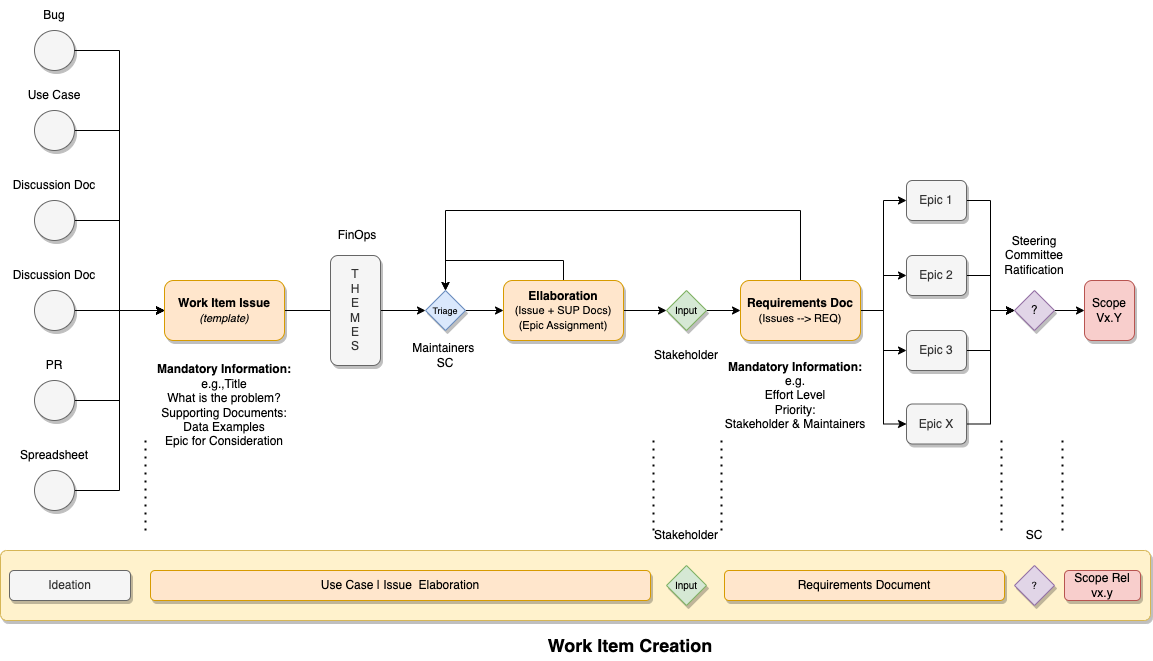
Above: images/FOCUS-Process-work-item-creation-4.drawio.png in FinOps-Open-Cost-and-Usage-Spec/foundation (draw.io), before the change. Source tidied: cells renumbered, new cells last; positions are measured from the earlier drawing's top-left corner, leaving out a move shared by most shapes. The source it was exported from:
```xml
<mxGraphModel>
  <root>
    <mxCell id="0" />
    <mxCell id="1" parent="0" />
    <mxCell id="2" style="rounded=1;whiteSpace=wrap;html=1;arcSize=9;fillColor=#fff2cc;strokeColor=#d6b656;shadow=1;" parent="1" vertex="1">
      <mxGeometry y="550" width="1150" height="70" as="geometry" />
    </mxCell>
    <mxCell id="3" style="edgeStyle=orthogonalEdgeStyle;rounded=0;jettySize=auto;html=1;exitX=1;exitY=0.5;exitDx=0;exitDy=0;entryX=0;entryY=0.5;entryDx=0;entryDy=0;" parent="1" edge="1" source="4" target="19">
      <mxGeometry relative="1" as="geometry" />
    </mxCell>
    <mxCell id="4" style="ellipse;whiteSpace=wrap;html=1;fillColor=#f5f5f5;fontColor=#333333;strokeColor=#666666;shadow=1;" parent="1" vertex="1">
      <mxGeometry x="34" y="110" width="40" height="40" as="geometry" />
    </mxCell>
    <mxCell id="5" value="Use Case" style="text;html=1;strokeColor=none;fillColor=none;align=center;verticalAlign=middle;whiteSpace=wrap;rounded=0;" parent="1" vertex="1">
      <mxGeometry x="24" y="80" width="60" height="30" as="geometry" />
    </mxCell>
    <mxCell id="6" style="edgeStyle=orthogonalEdgeStyle;rounded=0;jettySize=auto;html=1;exitX=1;exitY=0.5;exitDx=0;exitDy=0;entryX=0;entryY=0.5;entryDx=0;entryDy=0;" parent="1" edge="1" source="7" target="19">
      <mxGeometry relative="1" as="geometry" />
    </mxCell>
    <mxCell id="7" style="ellipse;whiteSpace=wrap;html=1;fillColor=#f5f5f5;fontColor=#333333;strokeColor=#666666;shadow=1;" parent="1" vertex="1">
      <mxGeometry x="34" y="200" width="40" height="40" as="geometry" />
    </mxCell>
    <mxCell id="8" value="Discussion Doc" style="text;html=1;strokeColor=none;fillColor=none;align=center;verticalAlign=middle;whiteSpace=wrap;rounded=0;" parent="1" vertex="1">
      <mxGeometry x="9" y="170" width="90" height="30" as="geometry" />
    </mxCell>
    <mxCell id="9" style="edgeStyle=orthogonalEdgeStyle;rounded=0;jettySize=auto;html=1;exitX=1;exitY=0.5;exitDx=0;exitDy=0;entryX=0;entryY=0.5;entryDx=0;entryDy=0;" parent="1" edge="1" source="10" target="19">
      <mxGeometry relative="1" as="geometry" />
    </mxCell>
    <mxCell id="10" style="ellipse;whiteSpace=wrap;html=1;fillColor=#f5f5f5;fontColor=#333333;strokeColor=#666666;shadow=1;" parent="1" vertex="1">
      <mxGeometry x="34" y="290" width="40" height="40" as="geometry" />
    </mxCell>
    <mxCell id="11" value="Discussion Doc" style="text;html=1;strokeColor=none;fillColor=none;align=center;verticalAlign=middle;whiteSpace=wrap;rounded=0;" parent="1" vertex="1">
      <mxGeometry x="9" y="260" width="90" height="30" as="geometry" />
    </mxCell>
    <mxCell id="12" style="edgeStyle=orthogonalEdgeStyle;rounded=0;jettySize=auto;html=1;exitX=1;exitY=0.5;exitDx=0;exitDy=0;entryX=0;entryY=0.5;entryDx=0;entryDy=0;" parent="1" edge="1" source="13" target="19">
      <mxGeometry relative="1" as="geometry" />
    </mxCell>
    <mxCell id="13" style="ellipse;whiteSpace=wrap;html=1;fillColor=#f5f5f5;fontColor=#333333;strokeColor=#666666;shadow=1;" parent="1" vertex="1">
      <mxGeometry x="34" y="380" width="40" height="40" as="geometry" />
    </mxCell>
    <mxCell id="14" value="PR" style="text;html=1;strokeColor=none;fillColor=none;align=center;verticalAlign=middle;whiteSpace=wrap;rounded=0;" parent="1" vertex="1">
      <mxGeometry x="9" y="350" width="90" height="30" as="geometry" />
    </mxCell>
    <mxCell id="15" style="edgeStyle=orthogonalEdgeStyle;rounded=0;jettySize=auto;html=1;exitX=1;exitY=0.5;exitDx=0;exitDy=0;entryX=0;entryY=0.5;entryDx=0;entryDy=0;" parent="1" edge="1" source="16" target="19">
      <mxGeometry relative="1" as="geometry">
        <Array as="points">
          <mxPoint x="119" y="490" />
          <mxPoint x="119" y="310" />
        </Array>
      </mxGeometry>
    </mxCell>
    <mxCell id="16" style="ellipse;whiteSpace=wrap;html=1;fillColor=#f5f5f5;fontColor=#333333;strokeColor=#666666;shadow=1;" parent="1" vertex="1">
      <mxGeometry x="34" y="470" width="40" height="40" as="geometry" />
    </mxCell>
    <mxCell id="17" value="Spreadsheet" style="text;html=1;strokeColor=none;fillColor=none;align=center;verticalAlign=middle;whiteSpace=wrap;rounded=0;" parent="1" vertex="1">
      <mxGeometry x="9" y="440" width="90" height="30" as="geometry" />
    </mxCell>
    <mxCell id="18" style="edgeStyle=orthogonalEdgeStyle;rounded=0;jettySize=auto;html=1;exitX=1;exitY=0.5;exitDx=0;exitDy=0;entryX=0;entryY=0.5;entryDx=0;entryDy=0;" parent="1" edge="1" source="19" target="23">
      <mxGeometry relative="1" as="geometry" />
    </mxCell>
    <mxCell id="19" value="&lt;b&gt;Work Item Issue&lt;br&gt;&lt;/b&gt;&lt;i&gt;&lt;font style=&quot;font-size: 11px;&quot;&gt;(template)&lt;/font&gt;&lt;/i&gt;" style="rounded=1;whiteSpace=wrap;html=1;fillColor=#ffe6cc;strokeColor=#d79b00;shadow=1;" parent="1" vertex="1">
      <mxGeometry x="164" y="280" width="120" height="60" as="geometry" />
    </mxCell>
    <mxCell id="20" value="&lt;b&gt;Mandatory Information:&lt;br&gt;&lt;/b&gt;e.g.,Title&lt;br&gt;What is the problem?&lt;br&gt;Supporting Documents:&lt;br&gt;Data Examples&lt;br&gt;Epic for Consideration" style="text;html=1;strokeColor=none;fillColor=none;align=center;verticalAlign=middle;whiteSpace=wrap;rounded=0;" parent="1" vertex="1">
      <mxGeometry x="129" y="390" width="190" height="30" as="geometry" />
    </mxCell>
    <mxCell id="21" value="T&lt;br&gt;H&lt;br&gt;E&lt;br&gt;M&lt;br&gt;E&lt;br&gt;S" style="rounded=1;whiteSpace=wrap;html=1;fillColor=#f5f5f5;fontColor=#333333;strokeColor=#666666;shadow=1;" parent="1" vertex="1">
      <mxGeometry x="330" y="255" width="50" height="110" as="geometry" />
    </mxCell>
    <mxCell id="22" style="edgeStyle=orthogonalEdgeStyle;rounded=0;jettySize=auto;html=1;exitX=1;exitY=0.5;exitDx=0;exitDy=0;entryX=0;entryY=0.5;entryDx=0;entryDy=0;" parent="1" edge="1" source="23" target="28">
      <mxGeometry relative="1" as="geometry" />
    </mxCell>
    <mxCell id="23" value="&lt;font style=&quot;font-size: 9px;&quot;&gt;Triage&lt;/font&gt;" style="rhombus;whiteSpace=wrap;html=1;fillColor=#dae8fc;strokeColor=#6c8ebf;shadow=1;" parent="1" vertex="1">
      <mxGeometry x="425" y="290" width="40" height="40" as="geometry" />
    </mxCell>
    <mxCell id="24" value="FinOps" style="text;html=1;strokeColor=none;fillColor=none;align=center;verticalAlign=middle;whiteSpace=wrap;rounded=0;" parent="1" vertex="1">
      <mxGeometry x="327" y="220" width="60" height="30" as="geometry" />
    </mxCell>
    <mxCell id="25" value="Maintainers&amp;nbsp;&lt;br&gt;SC" style="text;html=1;strokeColor=none;fillColor=none;align=center;verticalAlign=middle;whiteSpace=wrap;rounded=0;" parent="1" vertex="1">
      <mxGeometry x="415" y="340" width="60" height="30" as="geometry" />
    </mxCell>
    <mxCell id="26" style="edgeStyle=orthogonalEdgeStyle;rounded=0;jettySize=auto;html=1;exitX=1;exitY=0.5;exitDx=0;exitDy=0;entryX=0;entryY=0.5;entryDx=0;entryDy=0;" parent="1" edge="1" source="28" target="30">
      <mxGeometry relative="1" as="geometry" />
    </mxCell>
    <mxCell id="27" style="edgeStyle=orthogonalEdgeStyle;rounded=0;jettySize=auto;html=1;exitX=0.5;exitY=0;exitDx=0;exitDy=0;entryX=0.5;entryY=0;entryDx=0;entryDy=0;" parent="1" edge="1" source="28" target="23">
      <mxGeometry relative="1" as="geometry" />
    </mxCell>
    <mxCell id="28" value="&lt;font style=&quot;&quot;&gt;&lt;b&gt;Ellaboration&lt;br&gt;&lt;/b&gt;&lt;/font&gt;&lt;font style=&quot;font-size: 11px;&quot;&gt;(Issue + SUP Docs)&lt;br&gt;(Epic Assignment)&lt;br&gt;&lt;/font&gt;" style="rounded=1;whiteSpace=wrap;html=1;fillColor=#ffe6cc;strokeColor=#d79b00;shadow=1;" parent="1" vertex="1">
      <mxGeometry x="503" y="280" width="120" height="60" as="geometry" />
    </mxCell>
    <mxCell id="29" style="edgeStyle=orthogonalEdgeStyle;rounded=0;jettySize=auto;html=1;exitX=1;exitY=0.5;exitDx=0;exitDy=0;entryX=0;entryY=0.5;entryDx=0;entryDy=0;" parent="1" edge="1" source="30" target="37">
      <mxGeometry relative="1" as="geometry" />
    </mxCell>
    <mxCell id="30" value="&lt;font size=&quot;1&quot;&gt;Input&lt;/font&gt;" style="rhombus;whiteSpace=wrap;html=1;fillColor=#d5e8d4;strokeColor=#82b366;shadow=1;" parent="1" vertex="1">
      <mxGeometry x="666" y="290" width="40" height="40" as="geometry" />
    </mxCell>
    <mxCell id="31" value="Stakeholder" style="text;html=1;strokeColor=none;fillColor=none;align=center;verticalAlign=middle;whiteSpace=wrap;rounded=0;" parent="1" vertex="1">
      <mxGeometry x="656" y="340" width="60" height="30" as="geometry" />
    </mxCell>
    <mxCell id="32" style="edgeStyle=orthogonalEdgeStyle;rounded=0;jettySize=auto;html=1;exitX=1;exitY=0.5;exitDx=0;exitDy=0;entryX=0;entryY=0.5;entryDx=0;entryDy=0;" parent="1" edge="1" source="37" target="39">
      <mxGeometry relative="1" as="geometry" />
    </mxCell>
    <mxCell id="33" style="edgeStyle=orthogonalEdgeStyle;rounded=0;jettySize=auto;html=1;exitX=1;exitY=0.5;exitDx=0;exitDy=0;entryX=0;entryY=0.5;entryDx=0;entryDy=0;" parent="1" edge="1" source="37" target="41">
      <mxGeometry relative="1" as="geometry" />
    </mxCell>
    <mxCell id="34" style="edgeStyle=orthogonalEdgeStyle;rounded=0;jettySize=auto;html=1;exitX=1;exitY=0.5;exitDx=0;exitDy=0;entryX=0;entryY=0.5;entryDx=0;entryDy=0;" parent="1" edge="1" source="37" target="43">
      <mxGeometry relative="1" as="geometry" />
    </mxCell>
    <mxCell id="35" style="edgeStyle=orthogonalEdgeStyle;rounded=0;jettySize=auto;html=1;exitX=1;exitY=0.5;exitDx=0;exitDy=0;entryX=0;entryY=0.5;entryDx=0;entryDy=0;" parent="1" edge="1" source="37" target="45">
      <mxGeometry relative="1" as="geometry" />
    </mxCell>
    <mxCell id="36" style="edgeStyle=orthogonalEdgeStyle;rounded=0;jettySize=auto;html=1;exitX=0.5;exitY=0;exitDx=0;exitDy=0;entryX=0.5;entryY=0;entryDx=0;entryDy=0;" parent="1" edge="1" source="37" target="23">
      <mxGeometry relative="1" as="geometry">
        <Array as="points">
          <mxPoint x="800" y="210" />
          <mxPoint x="445" y="210" />
        </Array>
      </mxGeometry>
    </mxCell>
    <mxCell id="37" value="&lt;font style=&quot;&quot;&gt;&lt;b&gt;Requirements Doc&lt;br&gt;&lt;/b&gt;&lt;/font&gt;&lt;font style=&quot;font-size: 11px;&quot;&gt;(Issues --&amp;gt; REQ)&lt;br&gt;&lt;/font&gt;" style="rounded=1;whiteSpace=wrap;html=1;fillColor=#ffe6cc;strokeColor=#d79b00;shadow=1;" parent="1" vertex="1">
      <mxGeometry x="740" y="280" width="120" height="60" as="geometry" />
    </mxCell>
    <mxCell id="38" style="edgeStyle=orthogonalEdgeStyle;rounded=0;jettySize=auto;html=1;exitX=1;exitY=0.5;exitDx=0;exitDy=0;entryX=0;entryY=0.5;entryDx=0;entryDy=0;" parent="1" edge="1" source="39" target="47">
      <mxGeometry relative="1" as="geometry" />
    </mxCell>
    <mxCell id="39" value="Epic 1" style="rounded=1;whiteSpace=wrap;html=1;fillColor=#f5f5f5;fontColor=#333333;strokeColor=#666666;shadow=1;" parent="1" vertex="1">
      <mxGeometry x="906" y="180" width="60" height="40" as="geometry" />
    </mxCell>
    <mxCell id="40" style="edgeStyle=orthogonalEdgeStyle;rounded=0;jettySize=auto;html=1;exitX=1;exitY=0.5;exitDx=0;exitDy=0;entryX=0;entryY=0.5;entryDx=0;entryDy=0;" parent="1" edge="1" source="41" target="47">
      <mxGeometry relative="1" as="geometry" />
    </mxCell>
    <mxCell id="41" value="Epic 2" style="rounded=1;whiteSpace=wrap;html=1;fillColor=#f5f5f5;fontColor=#333333;strokeColor=#666666;shadow=1;" parent="1" vertex="1">
      <mxGeometry x="906" y="255" width="60" height="40" as="geometry" />
    </mxCell>
    <mxCell id="42" style="edgeStyle=orthogonalEdgeStyle;rounded=0;jettySize=auto;html=1;exitX=1;exitY=0.5;exitDx=0;exitDy=0;entryX=0;entryY=0.5;entryDx=0;entryDy=0;" parent="1" edge="1" source="43" target="47">
      <mxGeometry relative="1" as="geometry" />
    </mxCell>
    <mxCell id="43" value="Epic 3" style="rounded=1;whiteSpace=wrap;html=1;fillColor=#f5f5f5;fontColor=#333333;strokeColor=#666666;shadow=1;" parent="1" vertex="1">
      <mxGeometry x="906" y="330" width="60" height="40" as="geometry" />
    </mxCell>
    <mxCell id="44" style="edgeStyle=orthogonalEdgeStyle;rounded=0;jettySize=auto;html=1;exitX=1;exitY=0.5;exitDx=0;exitDy=0;entryX=0;entryY=0.5;entryDx=0;entryDy=0;" parent="1" edge="1" source="45" target="47">
      <mxGeometry relative="1" as="geometry" />
    </mxCell>
    <mxCell id="45" value="Epic X" style="rounded=1;whiteSpace=wrap;html=1;fillColor=#f5f5f5;fontColor=#333333;strokeColor=#666666;shadow=1;" parent="1" vertex="1">
      <mxGeometry x="906" y="403.5" width="60" height="40" as="geometry" />
    </mxCell>
    <mxCell id="46" style="edgeStyle=orthogonalEdgeStyle;rounded=0;jettySize=auto;html=1;exitX=1;exitY=0.5;exitDx=0;exitDy=0;entryX=0;entryY=0.5;entryDx=0;entryDy=0;" parent="1" edge="1" source="47" target="49">
      <mxGeometry relative="1" as="geometry" />
    </mxCell>
    <mxCell id="47" value="?" style="rhombus;whiteSpace=wrap;html=1;fillColor=#e1d5e7;strokeColor=#9673a6;shadow=1;" parent="1" vertex="1">
      <mxGeometry x="1014" y="290" width="40" height="40" as="geometry" />
    </mxCell>
    <mxCell id="48" value="Steering Committee&lt;br&gt;Ratification" style="text;html=1;strokeColor=none;fillColor=none;align=center;verticalAlign=middle;whiteSpace=wrap;rounded=0;" parent="1" vertex="1">
      <mxGeometry x="1004" y="240" width="60" height="30" as="geometry" />
    </mxCell>
    <mxCell id="49" value="Scope&lt;br&gt;Vx.Y" style="rounded=1;whiteSpace=wrap;html=1;fillColor=#f8cecc;strokeColor=#b85450;shadow=1;" parent="1" vertex="1">
      <mxGeometry x="1084" y="280" width="50" height="60" as="geometry" />
    </mxCell>
    <mxCell id="50" value="Ideation" style="rounded=1;whiteSpace=wrap;html=1;fillColor=#f5f5f5;fontColor=#333333;strokeColor=#666666;shadow=1;" parent="1" vertex="1">
      <mxGeometry x="9" y="570" width="121" height="30" as="geometry" />
    </mxCell>
    <mxCell id="51" value="Use Case | Issue&amp;nbsp; Elaboration" style="rounded=1;whiteSpace=wrap;html=1;fillColor=#ffe6cc;strokeColor=#d79b00;shadow=1;" parent="1" vertex="1">
      <mxGeometry x="150" y="570" width="500" height="30" as="geometry" />
    </mxCell>
    <mxCell id="52" value="&lt;font size=&quot;1&quot;&gt;Input&lt;/font&gt;" style="rhombus;whiteSpace=wrap;html=1;fillColor=#d5e8d4;strokeColor=#82b366;shadow=1;" parent="1" vertex="1">
      <mxGeometry x="666" y="565" width="40" height="40" as="geometry" />
    </mxCell>
    <mxCell id="53" value="&lt;b&gt;Mandatory Information:&lt;br&gt;&lt;/b&gt;e.g.&lt;br&gt;Effort Level&lt;br&gt;Priority:&lt;br&gt;Stakeholder &amp;amp; Maintainers" style="text;html=1;strokeColor=none;fillColor=none;align=center;verticalAlign=middle;whiteSpace=wrap;rounded=0;" parent="1" vertex="1">
      <mxGeometry x="700" y="380" width="190" height="30" as="geometry" />
    </mxCell>
    <mxCell id="54" value="Requirements Document" style="rounded=1;whiteSpace=wrap;html=1;shadow=1;fillColor=#ffe6cc;strokeColor=#d79b00;" parent="1" vertex="1">
      <mxGeometry x="724" y="570" width="280" height="30" as="geometry" />
    </mxCell>
    <mxCell id="55" value="&lt;font size=&quot;1&quot;&gt;?&lt;/font&gt;" style="rhombus;whiteSpace=wrap;html=1;fillColor=#e1d5e7;strokeColor=#9673a6;shadow=1;" parent="1" vertex="1">
      <mxGeometry x="1014" y="565" width="40" height="40" as="geometry" />
    </mxCell>
    <mxCell id="56" value="Scope Rel vx.y" style="rounded=1;whiteSpace=wrap;html=1;fillColor=#f8cecc;strokeColor=#b85450;shadow=1;" parent="1" vertex="1">
      <mxGeometry x="1064" y="570" width="76" height="30" as="geometry" />
    </mxCell>
    <mxCell id="57" value="&lt;b&gt;&lt;font style=&quot;font-size: 18px;&quot;&gt;Work Item Creation&lt;/font&gt;&lt;/b&gt;" style="text;html=1;strokeColor=none;fillColor=none;align=center;verticalAlign=middle;whiteSpace=wrap;rounded=0;" parent="1" vertex="1">
      <mxGeometry x="510" y="630" width="240" height="30" as="geometry" />
    </mxCell>
    <mxCell id="58" style="endArrow=none;dashed=1;html=1;dashPattern=1 3;strokeWidth=2;rounded=0;" parent="1" edge="1">
      <mxGeometry relative="1" as="geometry">
        <mxPoint x="653" y="530" as="sourcePoint" />
        <mxPoint x="653" y="440" as="targetPoint" />
      </mxGeometry>
    </mxCell>
    <mxCell id="59" style="endArrow=none;dashed=1;html=1;dashPattern=1 3;strokeWidth=2;rounded=0;" parent="1" edge="1">
      <mxGeometry relative="1" as="geometry">
        <mxPoint x="721" y="530" as="sourcePoint" />
        <mxPoint x="721" y="440" as="targetPoint" />
      </mxGeometry>
    </mxCell>
    <mxCell id="60" style="endArrow=none;dashed=1;html=1;dashPattern=1 3;strokeWidth=2;rounded=0;" parent="1" edge="1">
      <mxGeometry relative="1" as="geometry">
        <mxPoint x="1001" y="530" as="sourcePoint" />
        <mxPoint x="1001" y="440" as="targetPoint" />
      </mxGeometry>
    </mxCell>
    <mxCell id="61" style="endArrow=none;dashed=1;html=1;dashPattern=1 3;strokeWidth=2;rounded=0;" parent="1" edge="1">
      <mxGeometry relative="1" as="geometry">
        <mxPoint x="1062" y="530" as="sourcePoint" />
        <mxPoint x="1062" y="440" as="targetPoint" />
      </mxGeometry>
    </mxCell>
    <mxCell id="62" style="endArrow=none;dashed=1;html=1;dashPattern=1 3;strokeWidth=2;rounded=0;" parent="1" edge="1">
      <mxGeometry relative="1" as="geometry">
        <mxPoint x="145" y="530" as="sourcePoint" />
        <mxPoint x="145" y="440" as="targetPoint" />
      </mxGeometry>
    </mxCell>
    <mxCell id="63" value="Stakeholder" style="text;html=1;strokeColor=none;fillColor=none;align=center;verticalAlign=middle;whiteSpace=wrap;rounded=0;" parent="1" vertex="1">
      <mxGeometry x="656" y="520" width="60" height="30" as="geometry" />
    </mxCell>
    <mxCell id="64" value="SC" style="text;html=1;strokeColor=none;fillColor=none;align=center;verticalAlign=middle;whiteSpace=wrap;rounded=0;" parent="1" vertex="1">
      <mxGeometry x="1004" y="520" width="60" height="30" as="geometry" />
    </mxCell>
    <mxCell id="65" style="ellipse;whiteSpace=wrap;html=1;fillColor=#f5f5f5;fontColor=#333333;strokeColor=#666666;shadow=1;" parent="1" vertex="1">
      <mxGeometry x="34" y="30" width="40" height="40" as="geometry" />
    </mxCell>
    <mxCell id="66" value="Bug" style="text;html=1;strokeColor=none;fillColor=none;align=center;verticalAlign=middle;whiteSpace=wrap;rounded=0;" parent="1" vertex="1">
      <mxGeometry x="24" width="60" height="30" as="geometry" />
    </mxCell>
    <mxCell id="67" style="edgeStyle=orthogonalEdgeStyle;rounded=0;jettySize=auto;html=1;exitX=1;exitY=0.5;exitDx=0;exitDy=0;entryX=0;entryY=0.5;entryDx=0;entryDy=0;" parent="1" edge="1" source="65" target="19">
      <mxGeometry relative="1" as="geometry" />
    </mxCell>
  </root>
</mxGraphModel>
```
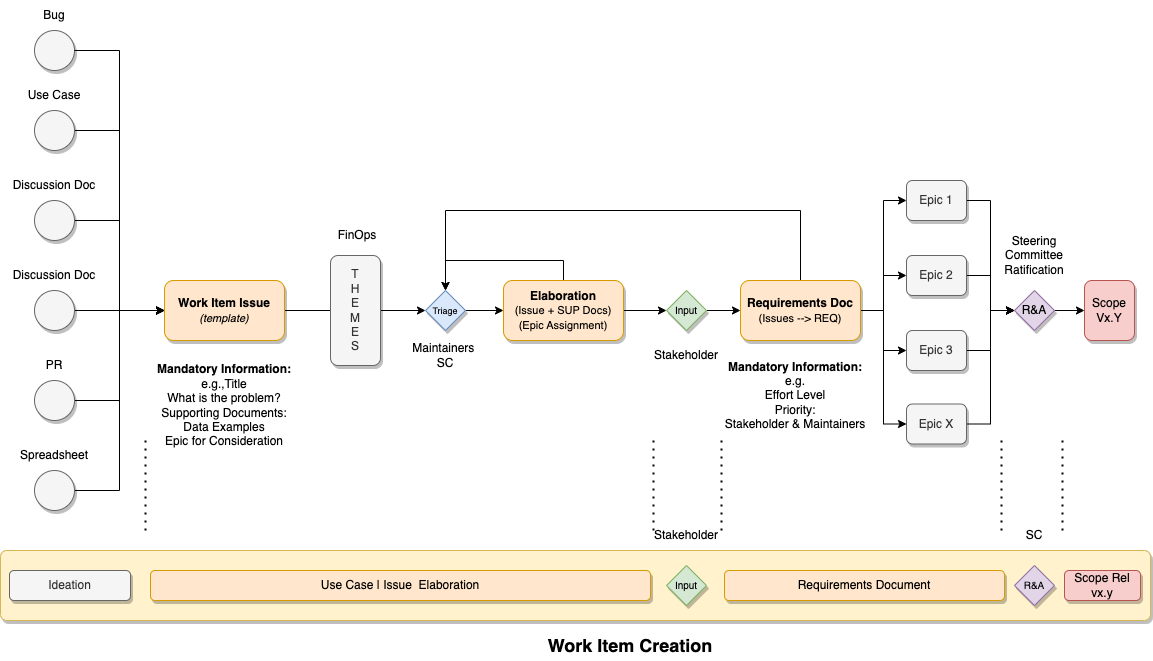
The same diagram one commit later.

Commit message:
replace work item creation

Change to the diagram source:
```diff
@@ -85,7 +85,7 @@
     <mxCell id="27" style="edgeStyle=orthogonalEdgeStyle;rounded=0;jettySize=auto;html=1;exitX=0.5;exitY=0;exitDx=0;exitDy=0;entryX=0.5;entryY=0;entryDx=0;entryDy=0;" parent="1" edge="1" source="28" target="23">
       <mxGeometry relative="1" as="geometry" />
     </mxCell>
-    <mxCell id="28" value="&lt;font style=&quot;&quot;&gt;&lt;b&gt;Ellaboration&lt;br&gt;&lt;/b&gt;&lt;/font&gt;&lt;font style=&quot;font-size: 11px;&quot;&gt;(Issue + SUP Docs)&lt;br&gt;(Epic Assignment)&lt;br&gt;&lt;/font&gt;" style="rounded=1;whiteSpace=wrap;html=1;fillColor=#ffe6cc;strokeColor=#d79b00;shadow=1;" parent="1" vertex="1">
+    <mxCell id="28" value="&lt;font style=&quot;&quot;&gt;&lt;b&gt;Elaboration&lt;br&gt;&lt;/b&gt;&lt;/font&gt;&lt;font style=&quot;font-size: 11px;&quot;&gt;(Issue + SUP Docs)&lt;br&gt;(Epic Assignment)&lt;br&gt;&lt;/font&gt;" style="rounded=1;whiteSpace=wrap;html=1;fillColor=#ffe6cc;strokeColor=#d79b00;shadow=1;" parent="1" vertex="1">
       <mxGeometry x="503" y="280" width="120" height="60" as="geometry" />
     </mxCell>
     <mxCell id="29" style="edgeStyle=orthogonalEdgeStyle;rounded=0;jettySize=auto;html=1;exitX=1;exitY=0.5;exitDx=0;exitDy=0;entryX=0;entryY=0.5;entryDx=0;entryDy=0;" parent="1" edge="1" source="30" target="37">
@@ -147,7 +147,7 @@
     <mxCell id="46" style="edgeStyle=orthogonalEdgeStyle;rounded=0;jettySize=auto;html=1;exitX=1;exitY=0.5;exitDx=0;exitDy=0;entryX=0;entryY=0.5;entryDx=0;entryDy=0;" parent="1" edge="1" source="47" target="49">
       <mxGeometry relative="1" as="geometry" />
     </mxCell>
-    <mxCell id="47" value="?" style="rhombus;whiteSpace=wrap;html=1;fillColor=#e1d5e7;strokeColor=#9673a6;shadow=1;" parent="1" vertex="1">
+    <mxCell id="47" value="R&amp;amp;A" style="rhombus;whiteSpace=wrap;html=1;fillColor=#e1d5e7;strokeColor=#9673a6;shadow=1;" parent="1" vertex="1">
       <mxGeometry x="1014" y="290" width="40" height="40" as="geometry" />
     </mxCell>
     <mxCell id="48" value="Steering Committee&lt;br&gt;Ratification" style="text;html=1;strokeColor=none;fillColor=none;align=center;verticalAlign=middle;whiteSpace=wrap;rounded=0;" parent="1" vertex="1">
@@ -171,7 +171,7 @@
     <mxCell id="54" value="Requirements Document" style="rounded=1;whiteSpace=wrap;html=1;shadow=1;fillColor=#ffe6cc;strokeColor=#d79b00;" parent="1" vertex="1">
       <mxGeometry x="724" y="570" width="280" height="30" as="geometry" />
     </mxCell>
-    <mxCell id="55" value="&lt;font size=&quot;1&quot;&gt;?&lt;/font&gt;" style="rhombus;whiteSpace=wrap;html=1;fillColor=#e1d5e7;strokeColor=#9673a6;shadow=1;" parent="1" vertex="1">
+    <mxCell id="55" value="&lt;font size=&quot;1&quot;&gt;R&amp;amp;A&lt;/font&gt;" style="rhombus;whiteSpace=wrap;html=1;fillColor=#e1d5e7;strokeColor=#9673a6;shadow=1;" parent="1" vertex="1">
       <mxGeometry x="1014" y="565" width="40" height="40" as="geometry" />
     </mxCell>
     <mxCell id="56" value="Scope Rel vx.y" style="rounded=1;whiteSpace=wrap;html=1;fillColor=#f8cecc;strokeColor=#b85450;shadow=1;" parent="1" vertex="1">
```
